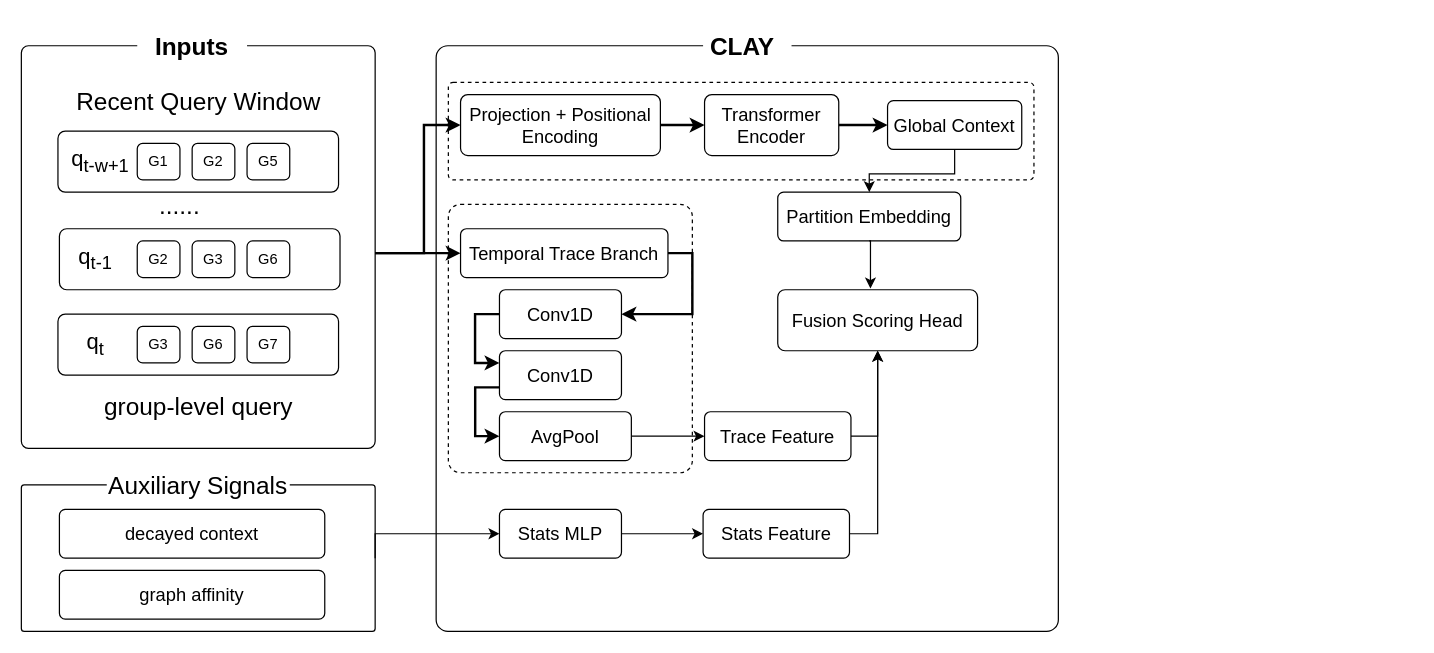
zybzyb-123/ZYB keeps this draw.io diagram as model.drawio. Above is the earlier version. Source tidied: cells renumbered, new cells numbered last; positions are measured from the earlier drawing's top-left corner, leaving out a move shared by most shapes. Both pictures are drawn from the tidied source at 122%, with x=0, y=0 at pixel (21, 21).
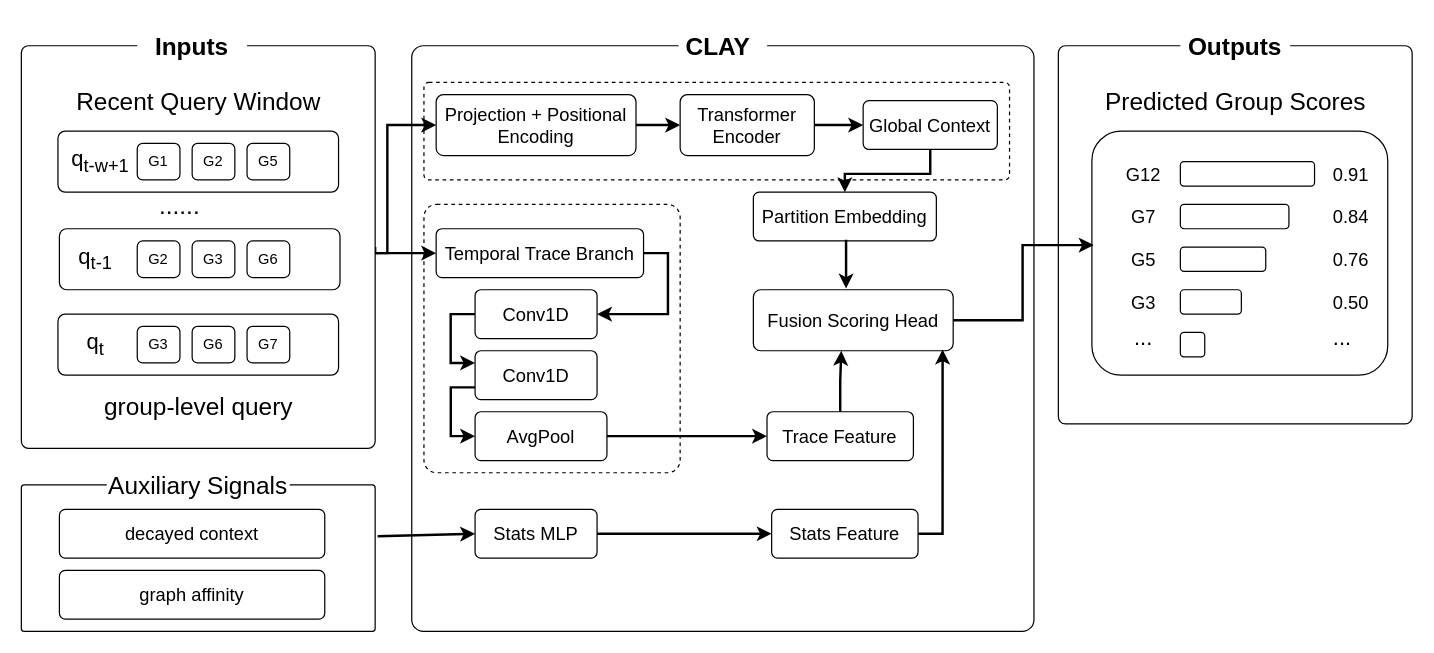
The same diagram, later.

The change refers to these unchanged cells:
```xml
<mxCell id="5" style="rounded=1;whiteSpace=wrap;html=1;arcSize=2;" parent="1" vertex="1">
  <mxGeometry y="20" width="290" height="330" as="geometry" />
</mxCell>
<mxCell id="25" style="rounded=1;whiteSpace=wrap;html=1;arcSize=2;" parent="1" vertex="1">
  <mxGeometry y="380" width="290" height="120" as="geometry" />
</mxCell>
```

Change to the diagram source:
```diff
@@
     <mxCell id="2" style="rounded=1;whiteSpace=wrap;html=1;arcSize=2;" parent="1" vertex="1">
-      <mxGeometry x="340" y="20" width="510" height="480" as="geometry" />
+      <mxGeometry x="320" y="20" width="510" height="480" as="geometry" />
     </mxCell>
     <mxCell id="3" style="rounded=1;whiteSpace=wrap;html=1;dashed=1;arcSize=5;" parent="1" vertex="1">
-      <mxGeometry x="350" y="50" width="480" height="80" as="geometry" />
+      <mxGeometry x="330" y="50" width="480" height="80" as="geometry" />
     </mxCell>
     <mxCell id="4" style="rounded=1;whiteSpace=wrap;html=1;dashed=1;arcSize=5;" parent="1" vertex="1">
-      <mxGeometry x="350" y="150" width="200" height="220" as="geometry" />
+      <mxGeometry x="330" y="150" width="210" height="220" as="geometry" />
     </mxCell>
+    <mxCell id="56" style="edgeStyle=orthogonalEdgeStyle;rounded=0;jettySize=auto;html=1;exitX=1;exitY=0.5;exitDx=0;exitDy=0;entryX=0;entryY=0.5;entryDx=0;entryDy=0;strokeWidth=2;" parent="1" edge="1" source="5" target="31">
+      <mxGeometry relative="1" as="geometry">
+        <Array as="points">
+          <mxPoint x="290" y="190" />
+          <mxPoint x="300" y="190" />
+          <mxPoint x="300" y="85" />
+        </Array>
+      </mxGeometry>
+    </mxCell>
@@
     <mxCell id="29" value="&lt;b&gt;&lt;font style=&quot;font-size: 20px;&quot;&gt;CLAY &lt;/font&gt;&lt;/b&gt;&amp;nbsp;" style="rounded=0;whiteSpace=wrap;html=1;strokeColor=none;" parent="1" vertex="1">
-      <mxGeometry x="558.8" width="72.5" height="40" as="geometry" />
+      <mxGeometry x="538.8" width="72.5" height="40" as="geometry" />
     </mxCell>
@@
     <mxCell id="31" value="&lt;font style=&quot;font-size: 15px;&quot;&gt;Projection + Positional Encoding&lt;/font&gt;" style="rounded=1;whiteSpace=wrap;html=1;arcSize=12;" parent="1" vertex="1">
-      <mxGeometry x="360" y="60" width="163.8" height="50" as="geometry" />
+      <mxGeometry x="340" y="60" width="163.8" height="50" as="geometry" />
     </mxCell>
@@
     <mxCell id="33" value="&lt;font style=&quot;font-size: 15px;&quot;&gt;Transformer Encoder&lt;/font&gt;" style="rounded=1;whiteSpace=wrap;html=1;arcSize=12;" parent="1" vertex="1">
-      <mxGeometry x="560" y="60" width="110" height="50" as="geometry" />
+      <mxGeometry x="540" y="60" width="110" height="50" as="geometry" />
     </mxCell>
-    <mxCell id="34" style="edgeStyle=orthogonalEdgeStyle;rounded=0;jettySize=auto;html=1;exitX=0.5;exitY=1;exitDx=0;exitDy=0;entryX=0.5;entryY=0;entryDx=0;entryDy=0;" parent="1" edge="1" source="35" target="54">
+    <mxCell id="34" style="edgeStyle=orthogonalEdgeStyle;rounded=0;jettySize=auto;html=1;exitX=0.5;exitY=1;exitDx=0;exitDy=0;entryX=0.5;entryY=0;entryDx=0;entryDy=0;strokeWidth=2;" parent="1" edge="1" source="35" target="54">
       <mxGeometry relative="1" as="geometry" />
     </mxCell>
     <mxCell id="35" value="&lt;font style=&quot;font-size: 15px;&quot;&gt;Global Context&lt;/font&gt;" style="rounded=1;whiteSpace=wrap;html=1;arcSize=12;" parent="1" vertex="1">
-      <mxGeometry x="710" y="65" width="110" height="40" as="geometry" />
+      <mxGeometry x="690" y="65" width="110" height="40" as="geometry" />
     </mxCell>
@@
     <mxCell id="37" value="&lt;font style=&quot;font-size: 15px;&quot;&gt;Temporal Trace Branch&lt;/font&gt;" style="rounded=1;whiteSpace=wrap;html=1;arcSize=12;" parent="1" vertex="1">
-      <mxGeometry x="360" y="170" width="170" height="40" as="geometry" />
+      <mxGeometry x="340" y="170" width="170" height="40" as="geometry" />
     </mxCell>
@@
     <mxCell id="39" value="&lt;font style=&quot;font-size: 15px;&quot;&gt;Conv1D&lt;/font&gt;" style="rounded=1;whiteSpace=wrap;html=1;arcSize=12;" parent="1" vertex="1">
-      <mxGeometry x="391.9" y="220" width="100" height="40" as="geometry" />
+      <mxGeometry x="371.9" y="220" width="100" height="40" as="geometry" />
     </mxCell>
-    <mxCell id="40" style="edgeStyle=orthogonalEdgeStyle;rounded=0;jettySize=auto;html=1;exitX=1;exitY=0.5;exitDx=0;exitDy=0;entryX=0;entryY=0.5;entryDx=0;entryDy=0;" parent="1" edge="1" source="41" target="47">
+    <mxCell id="40" style="edgeStyle=orthogonalEdgeStyle;rounded=0;jettySize=auto;html=1;exitX=1;exitY=0.5;exitDx=0;exitDy=0;entryX=0;entryY=0.5;entryDx=0;entryDy=0;strokeWidth=2;" parent="1" edge="1" source="41" target="47">
       <mxGeometry relative="1" as="geometry" />
     </mxCell>
     <mxCell id="41" value="&lt;font style=&quot;font-size: 15px;&quot;&gt;AvgPool&lt;/font&gt;" style="rounded=1;whiteSpace=wrap;html=1;arcSize=12;" parent="1" vertex="1">
-      <mxGeometry x="391.9" y="320" width="108.1" height="40" as="geometry" />
+      <mxGeometry x="371.9" y="320" width="108.1" height="40" as="geometry" />
     </mxCell>
     <mxCell id="42" style="edgeStyle=orthogonalEdgeStyle;rounded=0;jettySize=auto;html=1;entryX=0;entryY=0.5;entryDx=0;entryDy=0;strokeWidth=2;exitX=0;exitY=0.75;exitDx=0;exitDy=0;" parent="1" edge="1" source="43" target="41">
       <mxGeometry relative="1" as="geometry">
         <Array as="points">
-          <mxPoint x="372" y="300" />
-          <mxPoint x="372" y="340" />
+          <mxPoint x="352" y="300" />
+          <mxPoint x="352" y="340" />
         </Array>
       </mxGeometry>
     </mxCell>
     <mxCell id="43" value="&lt;font style=&quot;font-size: 15px;&quot;&gt;Conv1D&lt;/font&gt;" style="rounded=1;whiteSpace=wrap;html=1;arcSize=12;" parent="1" vertex="1">
-      <mxGeometry x="391.9" y="270" width="100" height="40" as="geometry" />
+      <mxGeometry x="371.9" y="270" width="100" height="40" as="geometry" />
     </mxCell>
-    <mxCell id="44" style="endArrow=classic;html=1;rounded=0;entryX=0;entryY=0.5;entryDx=0;entryDy=0;strokeWidth=2;" parent="1" edge="1" target="31">
-      <mxGeometry relative="1" as="geometry">
-        <mxPoint x="290" y="190" as="sourcePoint" />
-        <Array as="points">
-          <mxPoint x="330" y="190" />
-          <mxPoint x="330" y="85" />
-        </Array>
-      </mxGeometry>
-    </mxCell>
@@
-    <mxCell id="46" style="edgeStyle=orthogonalEdgeStyle;rounded=0;jettySize=auto;html=1;exitX=1;exitY=0.5;exitDx=0;exitDy=0;entryX=0.5;entryY=1;entryDx=0;entryDy=0;" parent="1" edge="1" source="47" target="53">
-      <mxGeometry relative="1" as="geometry" />
-    </mxCell>
     <mxCell id="47" value="&lt;font style=&quot;font-size: 15px;&quot;&gt;Trace Feature&lt;/font&gt;" style="rounded=1;whiteSpace=wrap;html=1;arcSize=12;" parent="1" vertex="1">
-      <mxGeometry x="560" y="320" width="120" height="40" as="geometry" />
+      <mxGeometry x="611.2" y="320" width="120" height="40" as="geometry" />
     </mxCell>
-    <mxCell id="48" style="edgeStyle=orthogonalEdgeStyle;rounded=0;jettySize=auto;html=1;exitX=1;exitY=0.5;exitDx=0;exitDy=0;entryX=0;entryY=0.5;entryDx=0;entryDy=0;" parent="1" edge="1" source="49" target="51">
+    <mxCell id="48" style="edgeStyle=orthogonalEdgeStyle;rounded=0;jettySize=auto;html=1;exitX=1;exitY=0.5;exitDx=0;exitDy=0;entryX=0;entryY=0.5;entryDx=0;entryDy=0;strokeWidth=2;" parent="1" edge="1" source="49" target="51">
       <mxGeometry relative="1" as="geometry" />
     </mxCell>
     <mxCell id="49" value="&lt;font style=&quot;font-size: 15px;&quot;&gt;Stats MLP&lt;/font&gt;" style="rounded=1;whiteSpace=wrap;html=1;arcSize=12;" parent="1" vertex="1">
-      <mxGeometry x="391.9" y="400" width="100" height="40" as="geometry" />
+      <mxGeometry x="371.9" y="400" width="100" height="40" as="geometry" />
     </mxCell>
-    <mxCell id="50" style="edgeStyle=orthogonalEdgeStyle;rounded=0;jettySize=auto;html=1;exitX=1;exitY=0.5;exitDx=0;exitDy=0;entryX=0.5;entryY=1;entryDx=0;entryDy=0;" parent="1" edge="1" source="51" target="53">
-      <mxGeometry relative="1" as="geometry" />
-    </mxCell>
     <mxCell id="51" value="&lt;font style=&quot;font-size: 15px;&quot;&gt;Stats Feature&lt;/font&gt;" style="rounded=1;whiteSpace=wrap;html=1;arcSize=12;" parent="1" vertex="1">
-      <mxGeometry x="558.8" y="400" width="120" height="40" as="geometry" />
+      <mxGeometry x="615" y="400" width="120" height="40" as="geometry" />
     </mxCell>
-    <mxCell id="52" style="edgeStyle=orthogonalEdgeStyle;rounded=0;jettySize=auto;html=1;exitX=1;exitY=0.5;exitDx=0;exitDy=0;entryX=0;entryY=0.5;entryDx=0;entryDy=0;" parent="1" edge="1" source="25" target="49">
-      <mxGeometry relative="1" as="geometry">
-        <Array as="points">
-          <mxPoint x="290" y="420" />
-        </Array>
-      </mxGeometry>
-    </mxCell>
     <mxCell id="53" value="&lt;font style=&quot;font-size: 15px;&quot;&gt;Fusion Scoring Head&lt;/font&gt;" style="rounded=1;whiteSpace=wrap;html=1;arcSize=12;" parent="1" vertex="1">
-      <mxGeometry x="620" y="220" width="163.8" height="50" as="geometry" />
+      <mxGeometry x="600" y="220" width="163.8" height="50" as="geometry" />
     </mxCell>
     <mxCell id="54" value="&lt;font style=&quot;font-size: 15px;&quot;&gt;Partition Embedding&lt;/font&gt;" style="rounded=1;whiteSpace=wrap;html=1;arcSize=12;" parent="1" vertex="1">
-      <mxGeometry x="620" y="140" width="150" height="40" as="geometry" />
+      <mxGeometry x="600" y="140" width="150" height="40" as="geometry" />
     </mxCell>
-    <mxCell id="55" style="edgeStyle=orthogonalEdgeStyle;rounded=0;jettySize=auto;html=1;exitX=0.5;exitY=1;exitDx=0;exitDy=0;entryX=0.464;entryY=-0.02;entryDx=0;entryDy=0;entryPerimeter=0;" parent="1" edge="1" source="54" target="53">
+    <mxCell id="55" style="edgeStyle=orthogonalEdgeStyle;rounded=0;jettySize=auto;html=1;exitX=0.5;exitY=1;exitDx=0;exitDy=0;entryX=0.464;entryY=-0.02;entryDx=0;entryDy=0;entryPerimeter=0;strokeWidth=2;" parent="1" edge="1" source="54" target="53">
       <mxGeometry relative="1" as="geometry" />
     </mxCell>
+    <mxCell id="46" style="edgeStyle=orthogonalEdgeStyle;rounded=0;jettySize=auto;html=1;exitX=0.5;exitY=0;exitDx=0;exitDy=0;entryX=0.44;entryY=1;entryDx=0;entryDy=0;entryPerimeter=0;strokeWidth=2;" parent="1" edge="1" source="47" target="53">
+      <mxGeometry relative="1" as="geometry" />
+    </mxCell>
+    <mxCell id="50" style="edgeStyle=orthogonalEdgeStyle;rounded=0;jettySize=auto;html=1;exitX=1;exitY=0.5;exitDx=0;exitDy=0;entryX=0.947;entryY=0.98;entryDx=0;entryDy=0;entryPerimeter=0;strokeWidth=2;" parent="1" edge="1" source="51" target="53">
+      <mxGeometry relative="1" as="geometry" />
+    </mxCell>
+    <mxCell id="52" style="endArrow=classic;html=1;rounded=0;entryX=0;entryY=0.5;entryDx=0;entryDy=0;exitX=1.007;exitY=0.35;exitDx=0;exitDy=0;exitPerimeter=0;strokeWidth=2;" parent="1" edge="1" source="25" target="49">
+      <mxGeometry relative="1" as="geometry" />
+    </mxCell>
+    <mxCell id="57" style="rounded=1;whiteSpace=wrap;html=1;arcSize=2;" parent="1" vertex="1">
+      <mxGeometry x="850" y="20" width="290" height="310" as="geometry" />
+    </mxCell>
+    <mxCell id="58" value="&lt;font style=&quot;font-size: 20px;&quot;&gt;&lt;b&gt;Outputs&lt;/b&gt;&lt;/font&gt;" style="rounded=0;whiteSpace=wrap;html=1;strokeColor=none;" parent="1" vertex="1">
+      <mxGeometry x="950" width="90" height="40" as="geometry" />
+    </mxCell>
+    <mxCell id="59" value="&lt;font style=&quot;font-size: 20px;&quot;&gt;Predicted Group Scores&lt;/font&gt;" style="text;html=1;whiteSpace=wrap;strokeColor=none;fillColor=none;align=center;verticalAlign=middle;rounded=0;" parent="1" vertex="1">
+      <mxGeometry x="877.5" y="50" width="235" height="30" as="geometry" />
+    </mxCell>
+    <mxCell id="60" style="rounded=1;whiteSpace=wrap;html=1;arcSize=12;" parent="1" vertex="1">
+      <mxGeometry x="877.5" y="90" width="242.5" height="200" as="geometry" />
+    </mxCell>
+    <mxCell id="61" style="edgeStyle=orthogonalEdgeStyle;rounded=0;jettySize=auto;html=1;exitX=1;exitY=0.5;exitDx=0;exitDy=0;entryX=0.006;entryY=0.467;entryDx=0;entryDy=0;entryPerimeter=0;strokeWidth=2;" parent="1" edge="1" source="53" target="60">
+      <mxGeometry relative="1" as="geometry" />
+    </mxCell>
+    <mxCell id="62" value="&lt;font style=&quot;font-size: 15px;&quot;&gt;G12&lt;/font&gt;" style="text;html=1;whiteSpace=wrap;strokeColor=none;fillColor=none;align=center;verticalAlign=middle;rounded=0;" parent="1" vertex="1">
+      <mxGeometry x="890" y="110" width="60" height="30" as="geometry" />
+    </mxCell>
+    <mxCell id="63" value="&lt;font style=&quot;font-size: 15px;&quot;&gt;G7&lt;/font&gt;" style="text;html=1;whiteSpace=wrap;strokeColor=none;fillColor=none;align=center;verticalAlign=middle;rounded=0;" parent="1" vertex="1">
+      <mxGeometry x="890" y="145" width="60" height="30" as="geometry" />
+    </mxCell>
+    <mxCell id="64" value="&lt;font style=&quot;font-size: 15px;&quot;&gt;G5&lt;/font&gt;" style="text;html=1;whiteSpace=wrap;strokeColor=none;fillColor=none;align=center;verticalAlign=middle;rounded=0;" parent="1" vertex="1">
+      <mxGeometry x="890" y="180" width="60" height="30" as="geometry" />
+    </mxCell>
+    <mxCell id="65" value="&lt;font style=&quot;font-size: 15px;&quot;&gt;G3&lt;/font&gt;" style="text;html=1;whiteSpace=wrap;strokeColor=none;fillColor=none;align=center;verticalAlign=middle;rounded=0;" parent="1" vertex="1">
+      <mxGeometry x="890" y="215" width="60" height="30" as="geometry" />
+    </mxCell>
+    <mxCell id="66" value="&lt;span style=&quot;font-size: 18px;&quot;&gt;...&lt;/span&gt;" style="text;html=1;whiteSpace=wrap;strokeColor=none;fillColor=none;align=center;verticalAlign=middle;rounded=0;" parent="1" vertex="1">
+      <mxGeometry x="890" y="245" width="60" height="30" as="geometry" />
+    </mxCell>
+    <mxCell id="67" style="rounded=1;whiteSpace=wrap;html=1;" parent="1" vertex="1">
+      <mxGeometry x="950" y="115" width="110" height="20" as="geometry" />
+    </mxCell>
+    <mxCell id="68" style="rounded=1;whiteSpace=wrap;html=1;" parent="1" vertex="1">
+      <mxGeometry x="950" y="150" width="89" height="20" as="geometry" />
+    </mxCell>
+    <mxCell id="69" style="rounded=1;whiteSpace=wrap;html=1;" parent="1" vertex="1">
+      <mxGeometry x="950" y="185" width="70" height="20" as="geometry" />
+    </mxCell>
+    <mxCell id="70" style="rounded=1;whiteSpace=wrap;html=1;" parent="1" vertex="1">
+      <mxGeometry x="950" y="220" width="50" height="20" as="geometry" />
+    </mxCell>
+    <mxCell id="71" style="rounded=1;whiteSpace=wrap;html=1;" parent="1" vertex="1">
+      <mxGeometry x="950" y="255" width="20" height="20" as="geometry" />
+    </mxCell>
+    <mxCell id="72" value="&lt;font style=&quot;font-size: 15px;&quot;&gt;0.91&lt;/font&gt;" style="text;html=1;whiteSpace=wrap;strokeColor=none;fillColor=none;align=center;verticalAlign=middle;rounded=0;" parent="1" vertex="1">
+      <mxGeometry x="1060" y="110" width="60" height="30" as="geometry" />
+    </mxCell>
+    <mxCell id="73" value="&lt;font style=&quot;font-size: 15px;&quot;&gt;0.84&lt;/font&gt;" style="text;html=1;whiteSpace=wrap;strokeColor=none;fillColor=none;align=center;verticalAlign=middle;rounded=0;" parent="1" vertex="1">
+      <mxGeometry x="1060" y="145" width="60" height="30" as="geometry" />
+    </mxCell>
+    <mxCell id="74" value="&lt;font style=&quot;font-size: 15px;&quot;&gt;0.76&lt;/font&gt;" style="text;html=1;whiteSpace=wrap;strokeColor=none;fillColor=none;align=center;verticalAlign=middle;rounded=0;" parent="1" vertex="1">
+      <mxGeometry x="1060" y="180" width="60" height="30" as="geometry" />
+    </mxCell>
+    <mxCell id="75" value="&lt;font style=&quot;font-size: 15px;&quot;&gt;0.50&lt;/font&gt;" style="text;html=1;whiteSpace=wrap;strokeColor=none;fillColor=none;align=center;verticalAlign=middle;rounded=0;" parent="1" vertex="1">
+      <mxGeometry x="1060" y="215" width="60" height="30" as="geometry" />
+    </mxCell>
+    <mxCell id="76" value="&lt;span style=&quot;font-size: 18px;&quot;&gt;...&lt;/span&gt;" style="text;html=1;whiteSpace=wrap;strokeColor=none;fillColor=none;align=center;verticalAlign=middle;rounded=0;" parent="1" vertex="1">
+      <mxGeometry x="1052.5" y="245" width="60" height="30" as="geometry" />
+    </mxCell>
```
